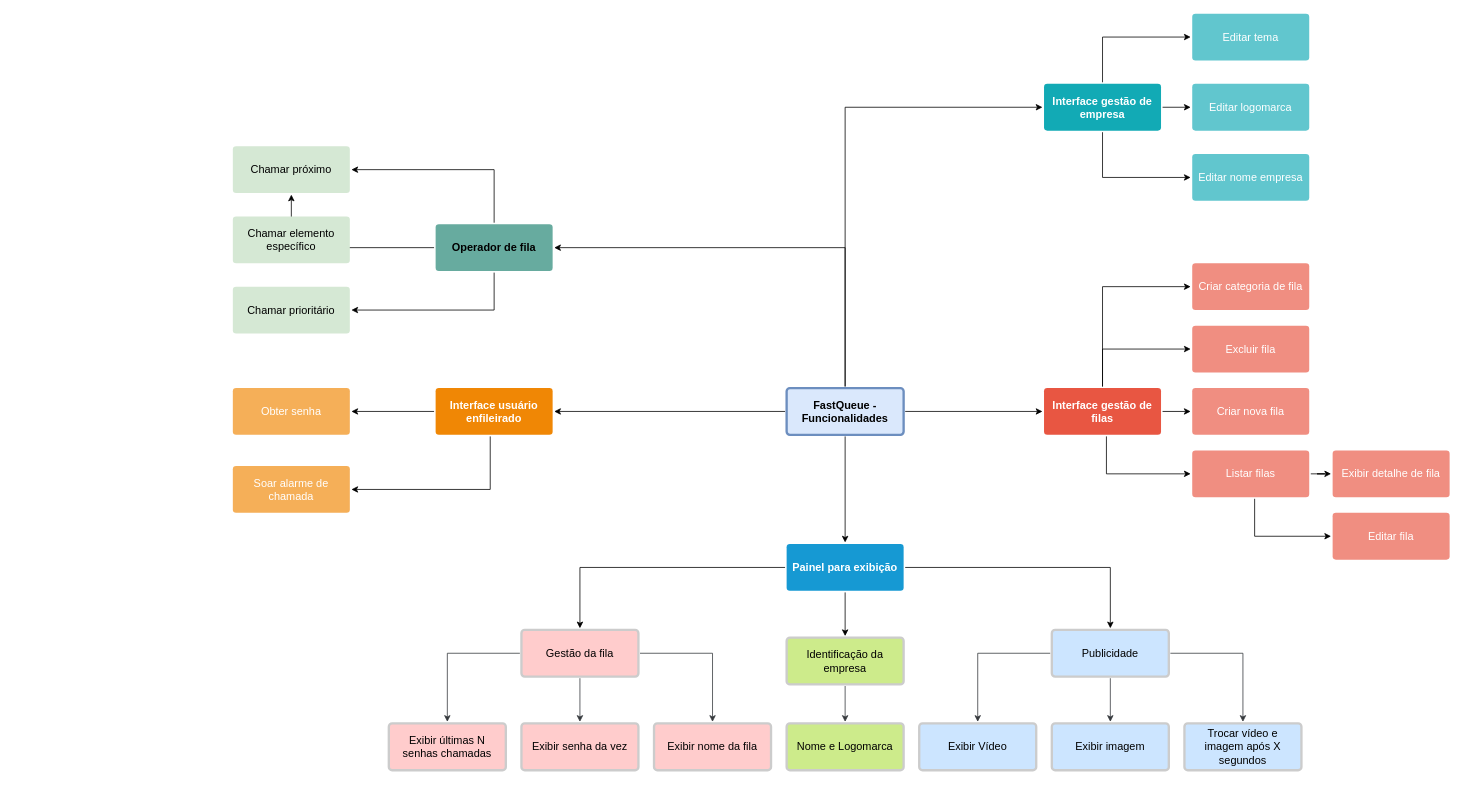
This is Untitled Diagram.drawio from fviel/vueTracker, a draw.io file, before an edit. Source tidied: cells renumbered, new cells numbered last; positions are measured from the earlier drawing's top-left corner, leaving out a move shared by most shapes. Both pictures are drawn from the tidied source at 78%, with x=0, y=0 at pixel (232, 13).
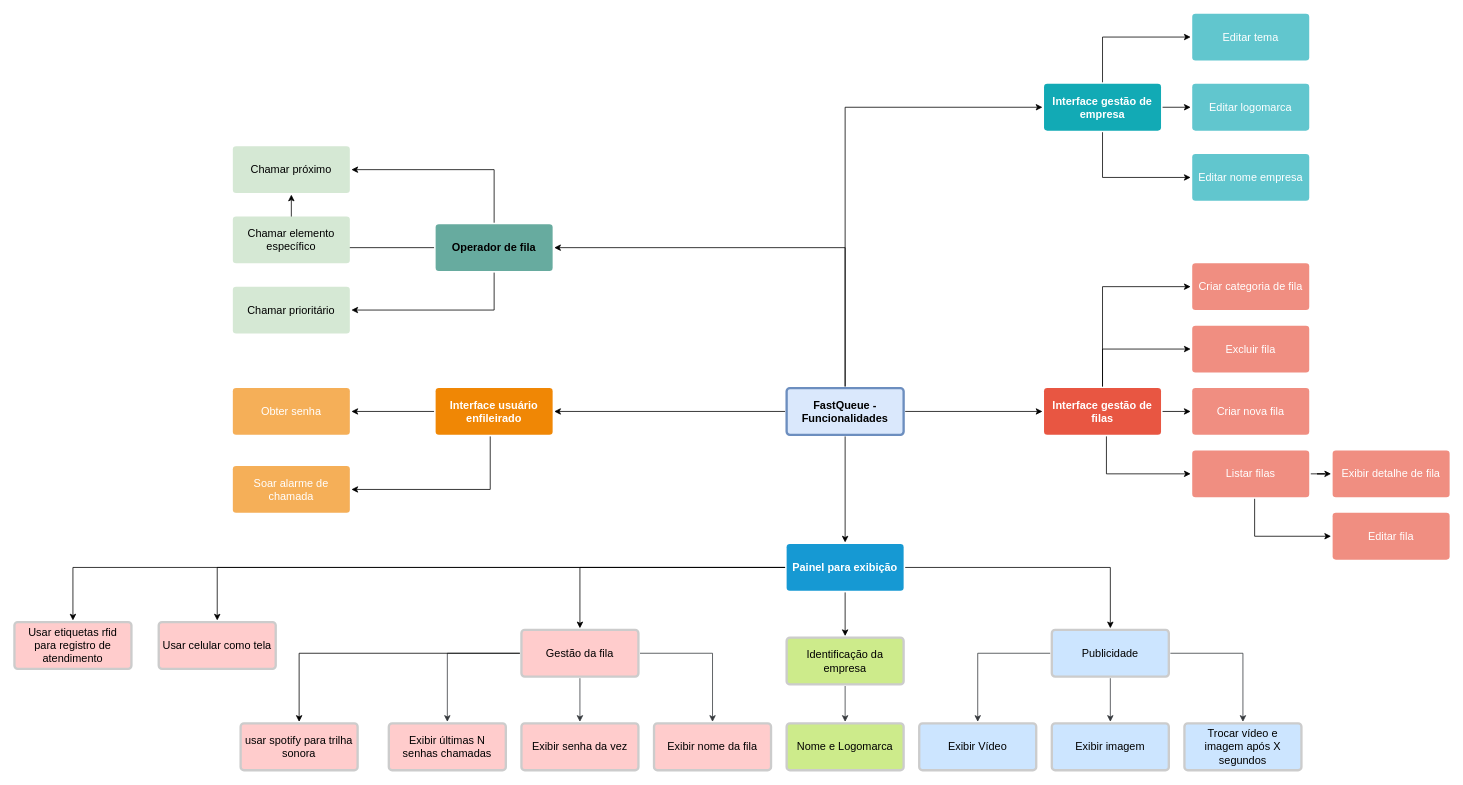
The same diagram, later.

Unchanged cells that the change refers to:
```xml
<mxCell id="9" value="&lt;div&gt;Painel para exibição&lt;/div&gt;" style="rounded=1;whiteSpace=wrap;html=1;shadow=0;labelBackgroundColor=none;strokeColor=none;strokeWidth=3;fillColor=#1699d3;fontFamily=Helvetica;fontSize=14;fontColor=#FFFFFF;align=center;spacing=5;fontStyle=1;arcSize=7;perimeterSpacing=2;" parent="1" vertex="1">
  <mxGeometry x="710" y="680" width="150" height="60" as="geometry" />
</mxCell>
<mxCell id="35" value="Gestão da fila" style="rounded=1;whiteSpace=wrap;html=1;shadow=0;labelBackgroundColor=none;strokeColor=#CCCCCC;strokeWidth=3;fillColor=#ffcccc;fontFamily=Helvetica;fontSize=14;align=center;spacing=5;fontStyle=0;arcSize=7;perimeterSpacing=2;" parent="1" vertex="1">
  <mxGeometry x="370" y="790" width="150" height="60" as="geometry" />
</mxCell>
```

Change to the diagram source:
```diff
@@
+    <mxCell id="62" style="edgeStyle=orthogonalEdgeStyle;rounded=0;jettySize=auto;html=1;strokeColor=#000000;" parent="1" edge="1" source="9" target="65">
+      <mxGeometry relative="1" as="geometry" />
+    </mxCell>
+    <mxCell id="63" style="edgeStyle=orthogonalEdgeStyle;rounded=0;jettySize=auto;html=1;strokeColor=#000000;" parent="1" edge="1" source="9" target="67">
+      <mxGeometry relative="1" as="geometry" />
+    </mxCell>
@@
+    <mxCell id="64" style="edgeStyle=orthogonalEdgeStyle;rounded=0;jettySize=auto;html=1;strokeColor=#000000;" parent="1" edge="1" source="35" target="66">
+      <mxGeometry relative="1" as="geometry" />
+    </mxCell>
@@
+    <mxCell id="65" value="Usar celular como tela" style="rounded=1;whiteSpace=wrap;html=1;shadow=0;labelBackgroundColor=none;strokeColor=#CCCCCC;strokeWidth=3;fillColor=#ffcccc;fontFamily=Helvetica;fontSize=14;align=center;spacing=5;fontStyle=0;arcSize=7;perimeterSpacing=2;" parent="1" vertex="1">
+      <mxGeometry x="-95" y="780" width="150" height="60" as="geometry" />
+    </mxCell>
+    <mxCell id="66" value="usar spotify para trilha sonora" style="rounded=1;whiteSpace=wrap;html=1;shadow=0;labelBackgroundColor=none;strokeColor=#CCCCCC;strokeWidth=3;fillColor=#ffcccc;fontFamily=Helvetica;fontSize=14;align=center;spacing=5;arcSize=7;perimeterSpacing=2;" parent="1" vertex="1">
+      <mxGeometry x="10" y="910" width="150" height="60" as="geometry" />
+    </mxCell>
+    <mxCell id="67" value="Usar etiquetas rfid para registro de atendimento" style="rounded=1;whiteSpace=wrap;html=1;shadow=0;labelBackgroundColor=none;strokeColor=#CCCCCC;strokeWidth=3;fillColor=#ffcccc;fontFamily=Helvetica;fontSize=14;align=center;spacing=5;fontStyle=0;arcSize=7;perimeterSpacing=2;" parent="1" vertex="1">
+      <mxGeometry x="-280" y="780" width="150" height="60" as="geometry" />
+    </mxCell>
```
